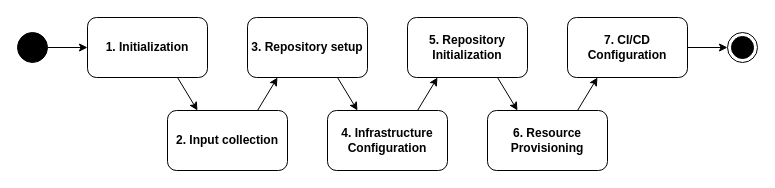
The draw.io diagram the_flow.drawio in oscarmarcussen/master_diagram, before the edit. Source tidied: cells renumbered, new cells numbered last; positions are measured from the earlier drawing's top-left corner, leaving out a move shared by most shapes. Both pictures are drawn from the tidied source at 100%, with x=0, y=0 at pixel (17, 17).
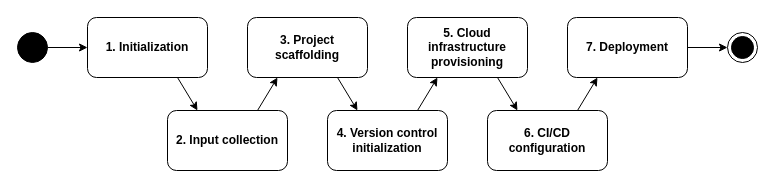
After the change.

Change to the diagram source:
```diff
@@
-    <mxCell id="4" value="&lt;b&gt;3. Repository setup&lt;/b&gt;" style="rounded=1;whiteSpace=wrap;html=1;" parent="1" vertex="1">
+    <mxCell id="4" value="&lt;b&gt;3. Project scaffolding&lt;/b&gt;" style="rounded=1;whiteSpace=wrap;html=1;" parent="1" vertex="1">
       <mxGeometry x="230" width="120" height="60" as="geometry" />
     </mxCell>
-    <mxCell id="5" value="&lt;b&gt;4.&amp;nbsp;&lt;/b&gt;&lt;span class=&quot;notion-enable-hover&quot; style=&quot;font-weight:600&quot;&gt;Infrastructure Configuration&lt;/span&gt;" style="rounded=1;whiteSpace=wrap;html=1;" parent="1" vertex="1">
+    <mxCell id="5" value="&lt;b&gt;4.&amp;nbsp;&lt;/b&gt;&lt;span class=&quot;notion-enable-hover&quot; style=&quot;font-weight:600&quot;&gt;Version control initialization&lt;/span&gt;" style="rounded=1;whiteSpace=wrap;html=1;" parent="1" vertex="1">
       <mxGeometry x="310" y="93" width="120" height="60" as="geometry" />
     </mxCell>
-    <mxCell id="6" value="&lt;b&gt;5.&amp;nbsp;&lt;/b&gt;&lt;span class=&quot;notion-enable-hover&quot; style=&quot;font-weight:600&quot;&gt;Repository Initialization&lt;/span&gt;" style="rounded=1;whiteSpace=wrap;html=1;" parent="1" vertex="1">
+    <mxCell id="6" value="&lt;b&gt;5. Cloud i&lt;/b&gt;&lt;span class=&quot;notion-enable-hover&quot; style=&quot;font-weight:600&quot;&gt;nfrastructure provisioning&lt;/span&gt;" style="rounded=1;whiteSpace=wrap;html=1;" parent="1" vertex="1">
       <mxGeometry x="390" width="120" height="60" as="geometry" />
     </mxCell>
-    <mxCell id="7" value="&lt;b&gt;6.&lt;/b&gt;&amp;nbsp;&lt;span class=&quot;notion-enable-hover&quot; style=&quot;font-weight:600&quot;&gt;Resource Provisioning&lt;/span&gt;" style="rounded=1;whiteSpace=wrap;html=1;" parent="1" vertex="1">
+    <mxCell id="7" value="&lt;b&gt;6.&lt;/b&gt;&amp;nbsp;&lt;span class=&quot;notion-enable-hover&quot; style=&quot;font-weight:600&quot;&gt;CI/CD configuration&lt;/span&gt;" style="rounded=1;whiteSpace=wrap;html=1;" parent="1" vertex="1">
       <mxGeometry x="470" y="93" width="120" height="60" as="geometry" />
     </mxCell>
@@
-    <mxCell id="9" value="&lt;b&gt;7.&amp;nbsp;&lt;/b&gt;&lt;span class=&quot;notion-enable-hover&quot; style=&quot;font-weight:600&quot;&gt;CI/CD Configuration&lt;/span&gt;" style="rounded=1;whiteSpace=wrap;html=1;" parent="1" vertex="1">
+    <mxCell id="9" value="&lt;b&gt;7. Deployment&lt;/b&gt;" style="rounded=1;whiteSpace=wrap;html=1;" parent="1" vertex="1">
       <mxGeometry x="550" width="120" height="60" as="geometry" />
     </mxCell>
```
